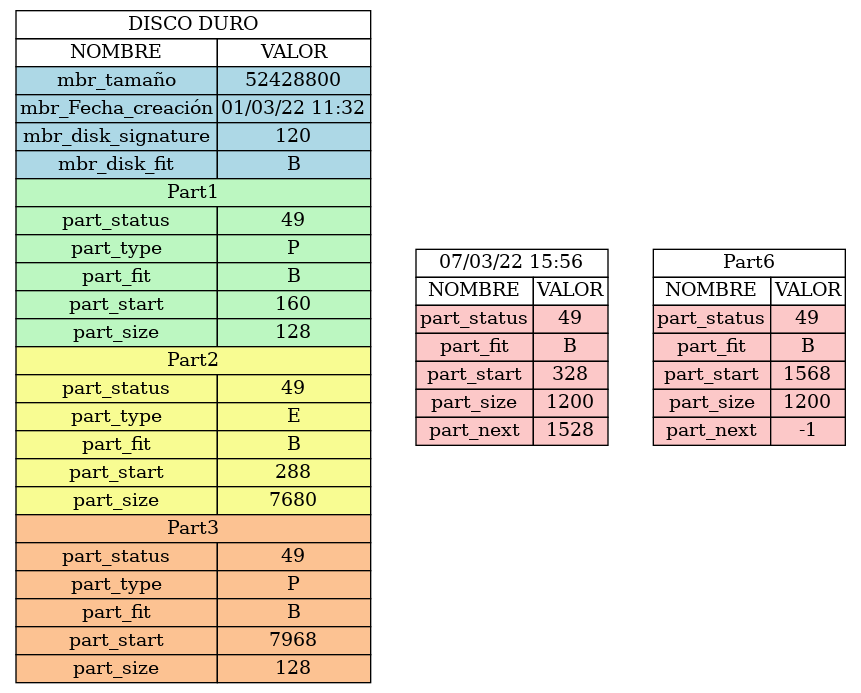
2730538920101/P1_MIA_201709282 keeps this Graphviz diagram as MasterBootRecord_report.png. Above is the earlier version. Its source is kept beside it as MasterBootRecord_report.dot.
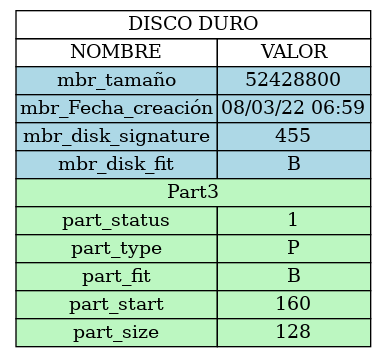
After the commit.

What changed in the source:
```diff
@@ -6,54 +6,16 @@
 <tr><td colspan="3">DISCO DURO</td></tr>
 <th><td>NOMBRE</td><td>VALOR</td></th>
 <tr><td bgcolor="lightblue">mbr_tamaño</td><td bgcolor="lightblue">52428800</td></tr>
-<tr><td bgcolor="lightblue">mbr_Fecha_creación</td><td bgcolor="lightblue">01/03/22 11:32</td></tr>
-<tr><td bgcolor="lightblue">mbr_disk_signature</td><td bgcolor="lightblue">120</td></tr>
+<tr><td bgcolor="lightblue">mbr_Fecha_creación</td><td bgcolor="lightblue">08/03/22 06:59</td></tr>
+<tr><td bgcolor="lightblue">mbr_disk_signature</td><td bgcolor="lightblue">455</td></tr>
 <tr><td bgcolor="lightblue">mbr_disk_fit</td><td bgcolor="lightblue">B</td></tr>
-<tr><td colspan="2" bgcolor="#bcf7c1">Part1</td></tr>
-<tr><td bgcolor="#bcf7c1">part_status</td><td bgcolor="#bcf7c1">49</td></tr>
+<tr><td colspan="2" bgcolor="#bcf7c1">Part3</td></tr>
+<tr><td bgcolor="#bcf7c1">part_status</td><td bgcolor="#bcf7c1">1</td></tr>
 <tr><td bgcolor="#bcf7c1">part_type</td><td bgcolor="#bcf7c1">P</td></tr>
 <tr><td bgcolor="#bcf7c1">part_fit</td><td bgcolor="#bcf7c1">B</td></tr>
 <tr><td bgcolor="#bcf7c1">part_start</td><td bgcolor="#bcf7c1">160</td></tr>
 <tr><td bgcolor="#bcf7c1">part_size</td><td bgcolor="#bcf7c1">128</td></tr>
-<tr><td colspan="2" bgcolor="#f8fc92">Part2</td></tr>
-<tr><td bgcolor="#f8fc92">part_status</td><td bgcolor="#f8fc92">49</td></tr>
-<tr><td bgcolor="#f8fc92">part_type</td><td bgcolor="#f8fc92">E</td></tr>
-<tr><td bgcolor="#f8fc92">part_fit</td><td bgcolor="#f8fc92">B</td></tr>
-<tr><td bgcolor="#f8fc92">part_start</td><td bgcolor="#f8fc92">288</td></tr>
-<tr><td bgcolor="#f8fc92">part_size</td><td bgcolor="#f8fc92">7680</td></tr>
-<tr><td colspan="2" bgcolor="#fcc292">Part3</td></tr>
-<tr><td bgcolor="#fcc292">part_status</td><td bgcolor="#fcc292">49</td></tr>
-<tr><td bgcolor="#fcc292">part_type</td><td bgcolor="#fcc292">P</td></tr>
-<tr><td bgcolor="#fcc292">part_fit</td><td bgcolor="#fcc292">B</td></tr>
-<tr><td bgcolor="#fcc292">part_start</td><td bgcolor="#fcc292">7968</td></tr>
-<tr><td bgcolor="#fcc292">part_size</td><td bgcolor="#fcc292">128</td></tr>
 </table>
 >];
 
-tbl1 [
-shape=plaintext
- label=<
-<table border='0' cellborder='1' cellspacing='0'>
-<tr><td colspan="3">07/03/22 15:56</td></tr>
-<th><td>NOMBRE</td><td>VALOR</td></th>
-<tr><td bgcolor="#fcc8c8">part_status</td><td bgcolor="#fcc8c8">49</td></tr>
-<tr><td bgcolor="#fcc8c8">part_fit</td><td bgcolor="#fcc8c8">B</td></tr>
-<tr><td bgcolor="#fcc8c8">part_start</td><td bgcolor="#fcc8c8">328</td></tr>
-<tr><td bgcolor="#fcc8c8">part_size</td><td bgcolor="#fcc8c8">1200</td></tr>
-<tr><td bgcolor="#fcc8c8">part_next</td><td bgcolor="#fcc8c8">1528</td></tr>
-</table>
->];
-tbl2 [
-shape=plaintext
- label=<
-<table border='0' cellborder='1' cellspacing='0'>
-<tr><td colspan="3">Part6</td></tr>
-<th><td>NOMBRE</td><td>VALOR</td></th>
-<tr><td bgcolor="#fcc8c8">part_status</td><td bgcolor="#fcc8c8">49</td></tr>
-<tr><td bgcolor="#fcc8c8">part_fit</td><td bgcolor="#fcc8c8">B</td></tr>
-<tr><td bgcolor="#fcc8c8">part_start</td><td bgcolor="#fcc8c8">1568</td></tr>
-<tr><td bgcolor="#fcc8c8">part_size</td><td bgcolor="#fcc8c8">1200</td></tr>
-<tr><td bgcolor="#fcc8c8">part_next</td><td bgcolor="#fcc8c8">-1</td></tr>
-</table>
->];
 }
```
